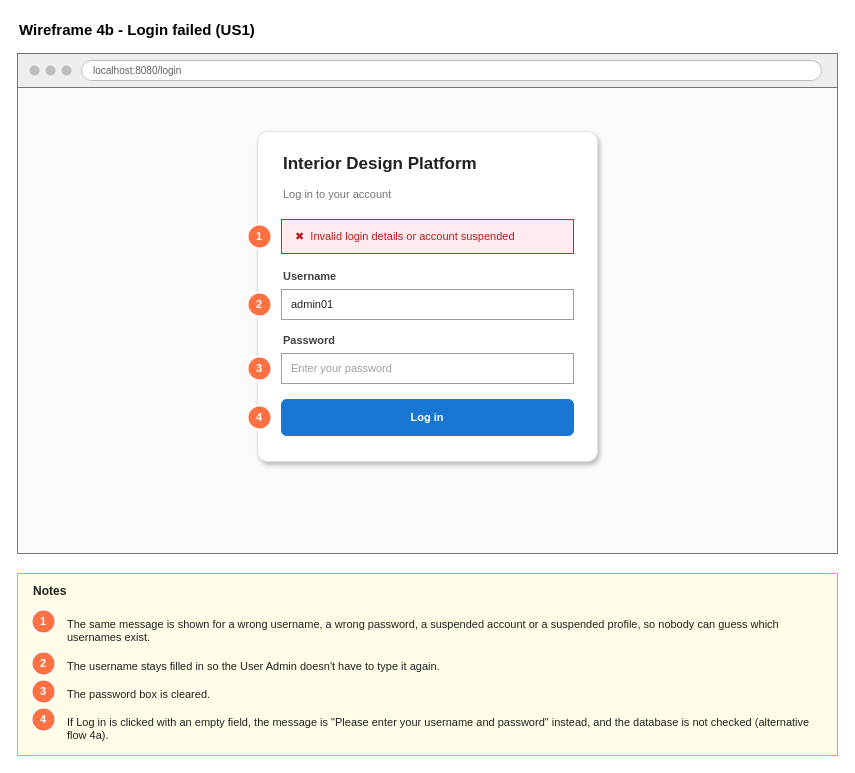
This is page "4b Wireframe - Login failed" (3 of 6) of Sprint_1/US1 - Log in/US1 Log in.drawio from Hanzxc/CSIT314-ARCHSS, a draw.io file, before an edit. Source tidied: cells renumbered, new cells numbered last; positions are measured from the earlier drawing's top-left corner, leaving out a move shared by most shapes. Both pictures are drawn from the tidied source at 100%, with x=0, y=0 at pixel (17, 17).
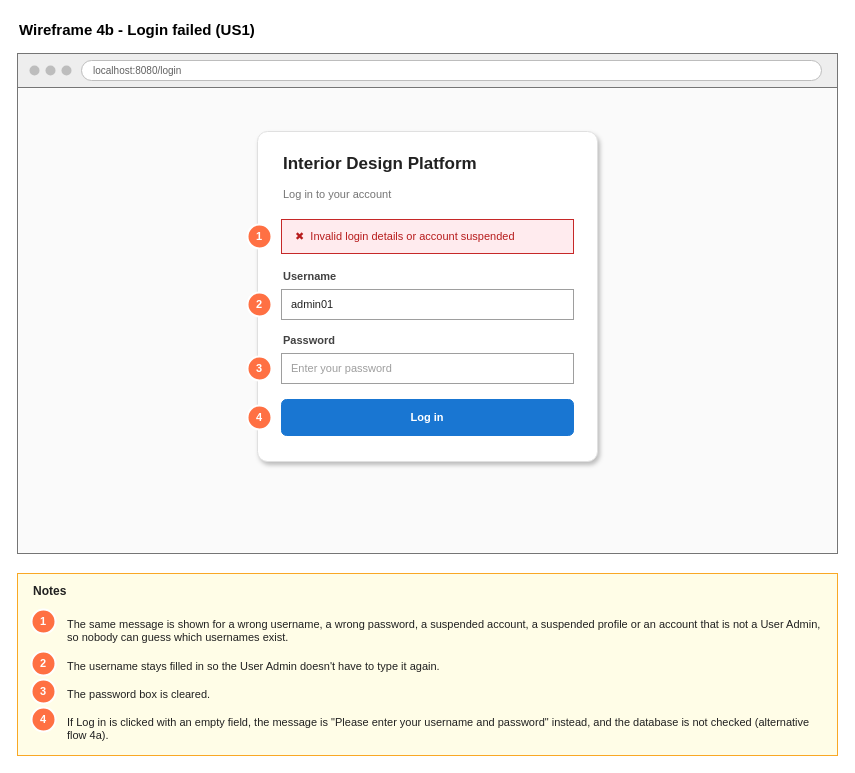
Above is the later version.

Change to the diagram source:
```diff
@@
-    <mxCell id="26" value="The same message is shown for a wrong username, a wrong password, a suspended account or a suspended profile, so nobody can guess which usernames exist." style="text;html=1;strokeColor=none;fillColor=none;align=left;verticalAlign=top;whiteSpace=wrap;fontSize=11;fontColor=#212121;spacingLeft=0;spacingRight=0;" parent="1" vertex="1">
+    <mxCell id="26" value="The same message is shown for a wrong username, a wrong password, a suspended account, a suspended profile or an account that is not a User Admin, so nobody can guess which usernames exist." style="text;html=1;strokeColor=none;fillColor=none;align=left;verticalAlign=top;whiteSpace=wrap;fontSize=11;fontColor=#212121;spacingLeft=0;spacingRight=0;" parent="1" vertex="1">
       <mxGeometry x="48" y="594" width="756" height="36" as="geometry" />
     </mxCell>
```
